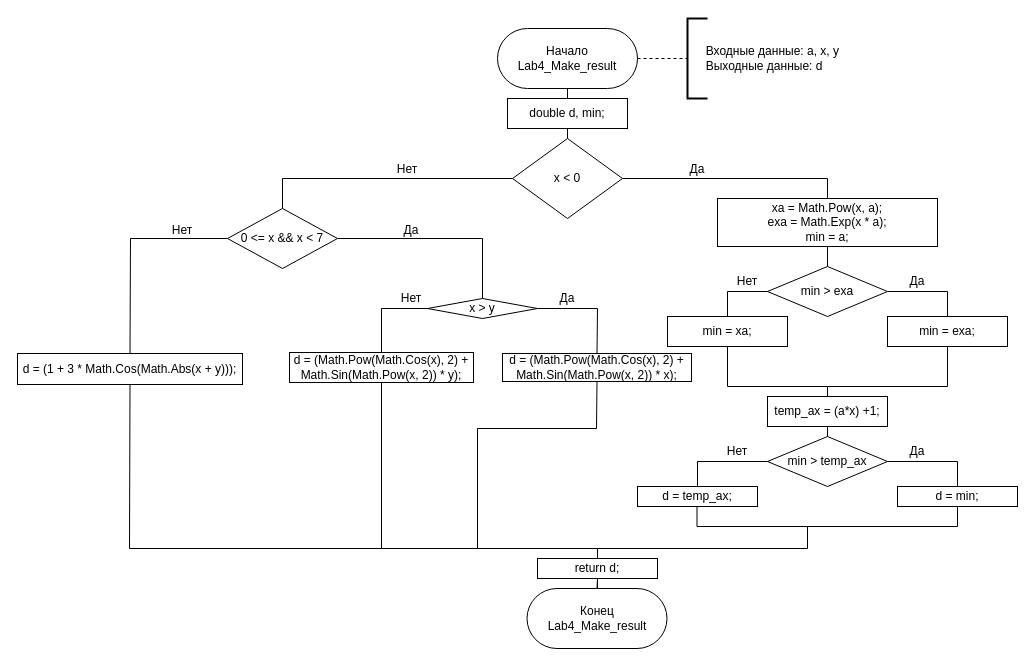
The draw.io diagram page "Страница — 3" (1 of 5) of Лабораторная работа №4/Исходники/All_shematics.drawio in MooDuckChe/Gurikov, before the edit. Source tidied: cells renumbered, new cells numbered last; positions are measured from the earlier drawing's top-left corner, leaving out a move shared by most shapes. Both pictures are drawn from the tidied source at 100%, with x=0, y=0 at pixel (17, 18).
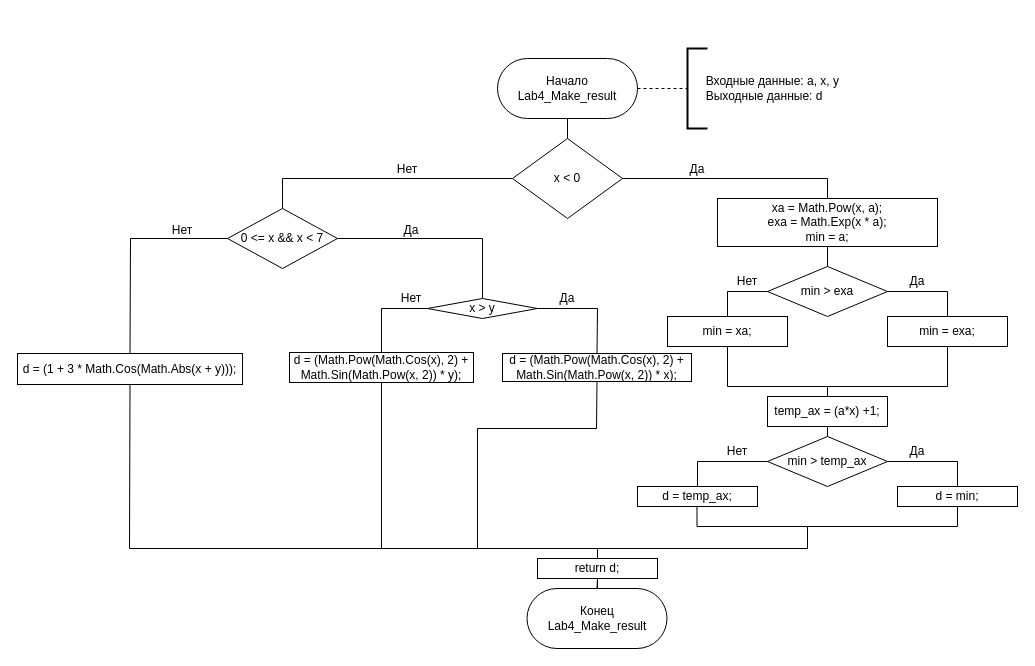
After the change.

Unchanged cells that the change refers to:
```xml
<mxCell id="6" value="x &amp;lt; 0" style="rhombus;whiteSpace=wrap;html=1;" parent="1" vertex="1">
  <mxGeometry x="495" y="120" width="110" height="80" as="geometry" />
</mxCell>
```

Diff of the diagram source:
```diff
@@
     <mxCell id="2" value="Начало&lt;br&gt;Lab4_Make_result" style="rounded=1;whiteSpace=wrap;html=1;arcSize=50;" parent="1" vertex="1">
-      <mxGeometry x="480" y="10" width="140" height="60" as="geometry" />
+      <mxGeometry x="480" y="40" width="140" height="60" as="geometry" />
     </mxCell>
-    <mxCell id="3" style="endArrow=none;html=1;rounded=0;entryX=0.5;entryY=1;entryDx=0;entryDy=0;exitX=0.5;exitY=0;exitDx=0;exitDy=0;" parent="1" edge="1" source="32" target="2">
-      <mxGeometry relative="1" as="geometry" />
-    </mxCell>
@@
     <mxCell id="5" value="&amp;nbsp; &amp;nbsp; &amp;nbsp;Входные данные: a, x, y&lt;br&gt;&amp;nbsp; &amp;nbsp; &amp;nbsp;Выходные данные: d" style="strokeWidth=2;html=1;shape=mxgraph.flowchart.annotation_1;align=left;" parent="1" vertex="1">
-      <mxGeometry x="670" width="20" height="80" as="geometry" />
+      <mxGeometry x="670" y="30" width="20" height="80" as="geometry" />
     </mxCell>
@@
-    <mxCell id="31" style="endArrow=none;html=1;rounded=0;entryX=0.5;entryY=1;entryDx=0;entryDy=0;exitX=0.5;exitY=0;exitDx=0;exitDy=0;" parent="1" edge="1" source="6" target="32">
+    <mxCell id="31" style="endArrow=none;html=1;rounded=0;exitX=0.5;exitY=0;exitDx=0;exitDy=0;entryX=0.5;entryY=1;entryDx=0;entryDy=0;" parent="1" edge="1" source="6" target="2">
       <mxGeometry relative="1" as="geometry" />
     </mxCell>
-    <mxCell id="32" value="double d, min;" style="rounded=0;whiteSpace=wrap;html=1;" parent="1" vertex="1">
-      <mxGeometry x="490" y="80" width="120" height="30" as="geometry" />
-    </mxCell>
```
